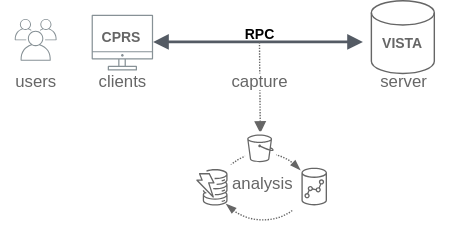
Above: vaa.svg in cloudvista/vaa (draw.io), before the change. Source tidied: cells renumbered, new cells last; positions are measured from the earlier drawing's top-left corner, leaving out a move shared by most shapes.
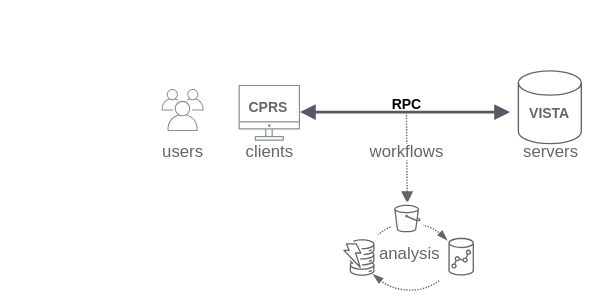
The same diagram one commit later.

The edit, as a diff of the source:
```diff
@@ -26,7 +26,7 @@
     <mxCell id="8" value="&lt;b&gt;&lt;font style=&quot;font-size: 10px;&quot;&gt;CPRS&lt;/font&gt;&lt;/b&gt;" style="text;html=1;align=center;verticalAlign=middle;strokeColor=none;fillColor=none;strokeWidth=1;fontColor=#666666;" parent="1" vertex="1">
       <mxGeometry x="61" y="11" width="50" height="30" as="geometry" />
     </mxCell>
-    <mxCell id="9" value="server" style="text;html=1;align=center;verticalAlign=middle;strokeColor=none;fillColor=none;strokeWidth=1;fontColor=#666666;" parent="1" vertex="1">
+    <mxCell id="9" value="servers" style="text;html=1;align=center;verticalAlign=middle;strokeColor=none;fillColor=none;strokeWidth=1;fontColor=#666666;" parent="1" vertex="1">
       <mxGeometry x="257.5" y="43" width="60" height="30" as="geometry" />
     </mxCell>
     <mxCell id="10" value="clients" style="text;html=1;align=center;verticalAlign=middle;strokeColor=none;fillColor=none;strokeWidth=1;fontColor=#666666;" parent="1" vertex="1">
@@ -75,13 +75,16 @@
       <mxGeometry x="1.5" y="2.3" width="18.9" height="19.7" as="geometry" />
     </mxCell>
     <mxCell id="24" style="group;" parent="1" vertex="1">
-      <mxGeometry x="155" y="43" width="60" height="30" as="geometry" />
+      <mxGeometry x="155" y="43" width="70" height="30" as="geometry" />
     </mxCell>
     <mxCell id="25" style="rounded=1;whiteSpace=wrap;html=1;strokeColor=none;strokeWidth=1;fontSize=10;fontColor=#666666;fillColor=#FFFFFF;gradientColor=none;" parent="24" vertex="1">
       <mxGeometry x="11.2" y="9" width="39.5" height="12" as="geometry" />
     </mxCell>
-    <mxCell id="26" value="capture" style="text;html=1;align=center;verticalAlign=middle;strokeColor=none;fillColor=none;strokeWidth=1;fontColor=#666666;" parent="24" vertex="1">
-      <mxGeometry width="60" height="30" as="geometry" />
+    <mxCell id="26" value="workflows" style="text;html=1;align=center;verticalAlign=middle;strokeColor=none;fillColor=none;strokeWidth=1;fontColor=#666666;" parent="24" vertex="1">
+      <mxGeometry x="-10" width="80" height="30" as="geometry" />
     </mxCell>
+    <mxCell id="27" style="rounded=1;whiteSpace=wrap;html=1;strokeColor=none;" parent="1" vertex="1">
+      <mxGeometry x="-105" y="-50" width="40" height="30" as="geometry" />
+    </mxCell>
   </root>
 </mxGraphModel>
```
